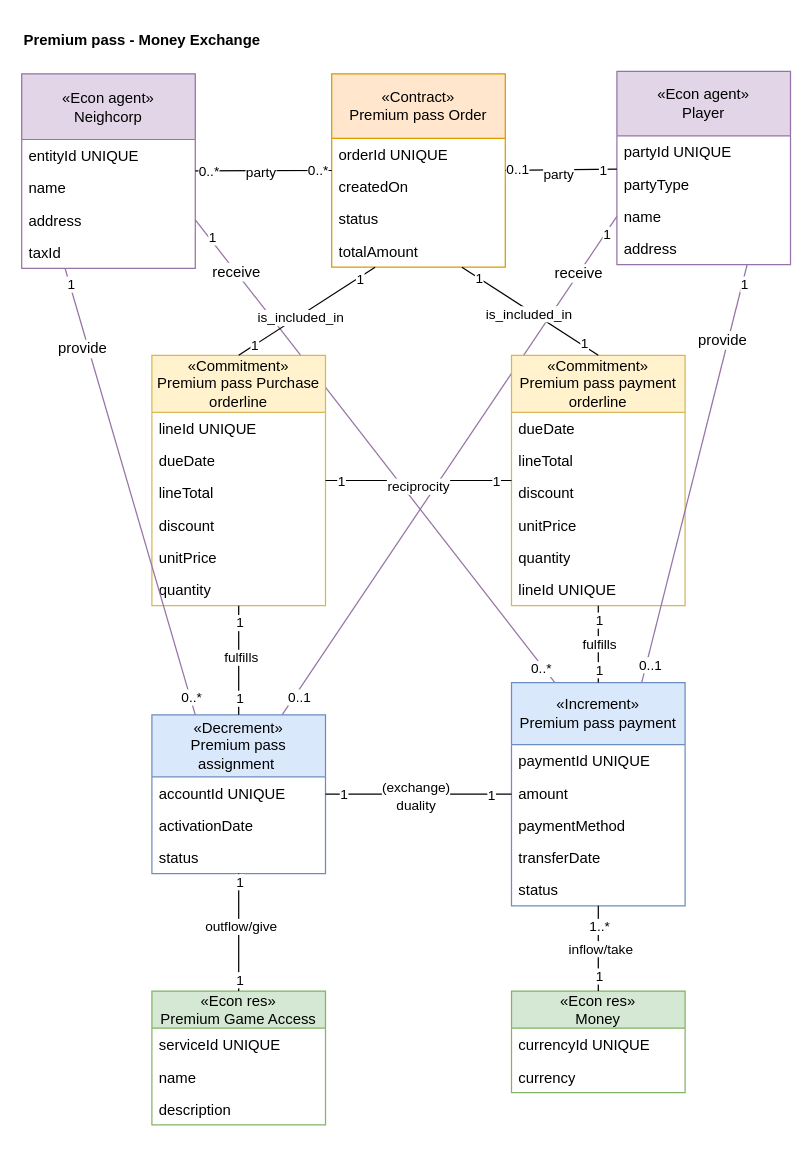
tudwiglemmel/Neigh-Corp---Golden-Meadows keeps this draw.io diagram as page "Premium Pass Exchange" (5 of 9) of media/IS1_Project_REA.drawio. Above is the earlier version. Source tidied: cells renumbered, new cells numbered last; positions are measured from the earlier drawing's top-left corner, leaving out a move shared by most shapes. Both pictures are drawn from the tidied source at 124%, with x=0, y=0 at pixel (21, 21).
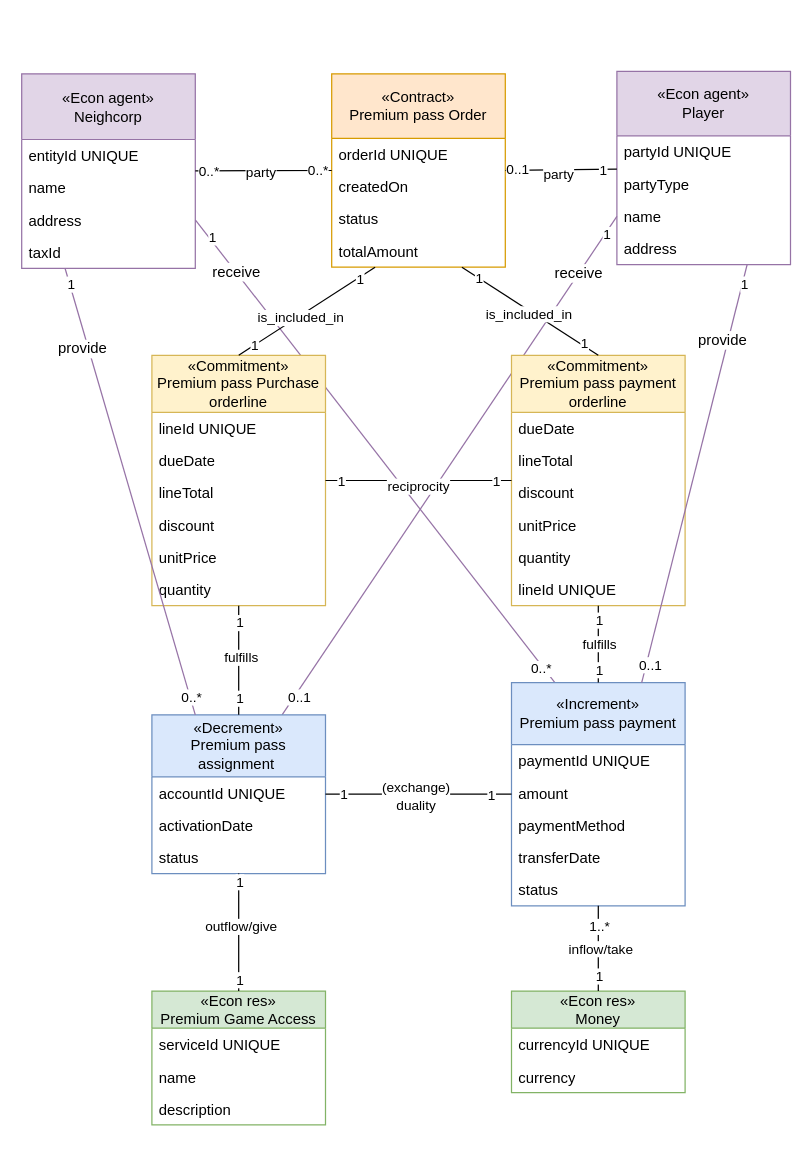
The same diagram, later.

What changed in the source:
```diff
@@
-    <mxCell id="100" value="Premium pass - Money Exchange" style="text;html=1;whiteSpace=wrap;strokeColor=none;fillColor=none;align=left;verticalAlign=middle;rounded=0;fontStyle=1;" parent="1" vertex="1">
-      <mxGeometry width="260" height="30" as="geometry" />
-    </mxCell>
```
